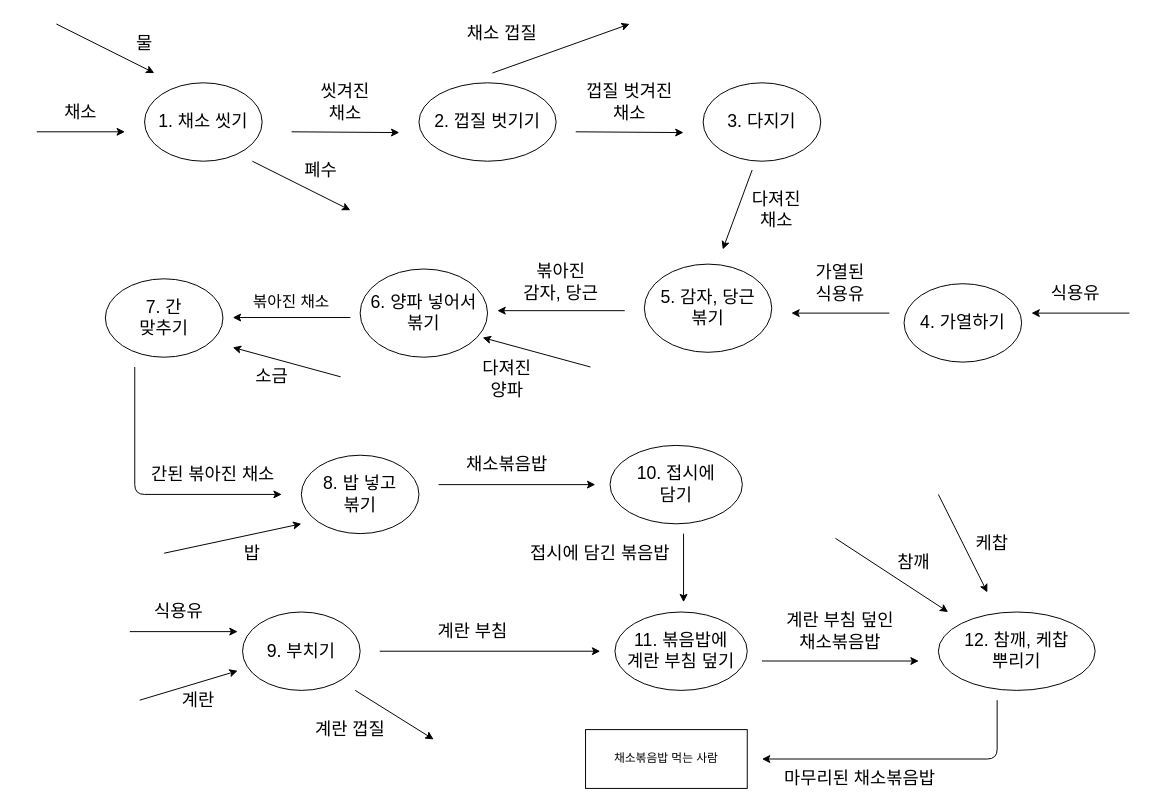
jgy2808/Algorithm keeps this draw.io diagram as Untitled Diagram.drawio. Above is the earlier version. Source tidied: cells renumbered, new cells numbered last; positions are measured from the earlier drawing's top-left corner, leaving out a move shared by most shapes. Both pictures are drawn from the tidied source at 98%, with x=0, y=0 at pixel (17, 24).
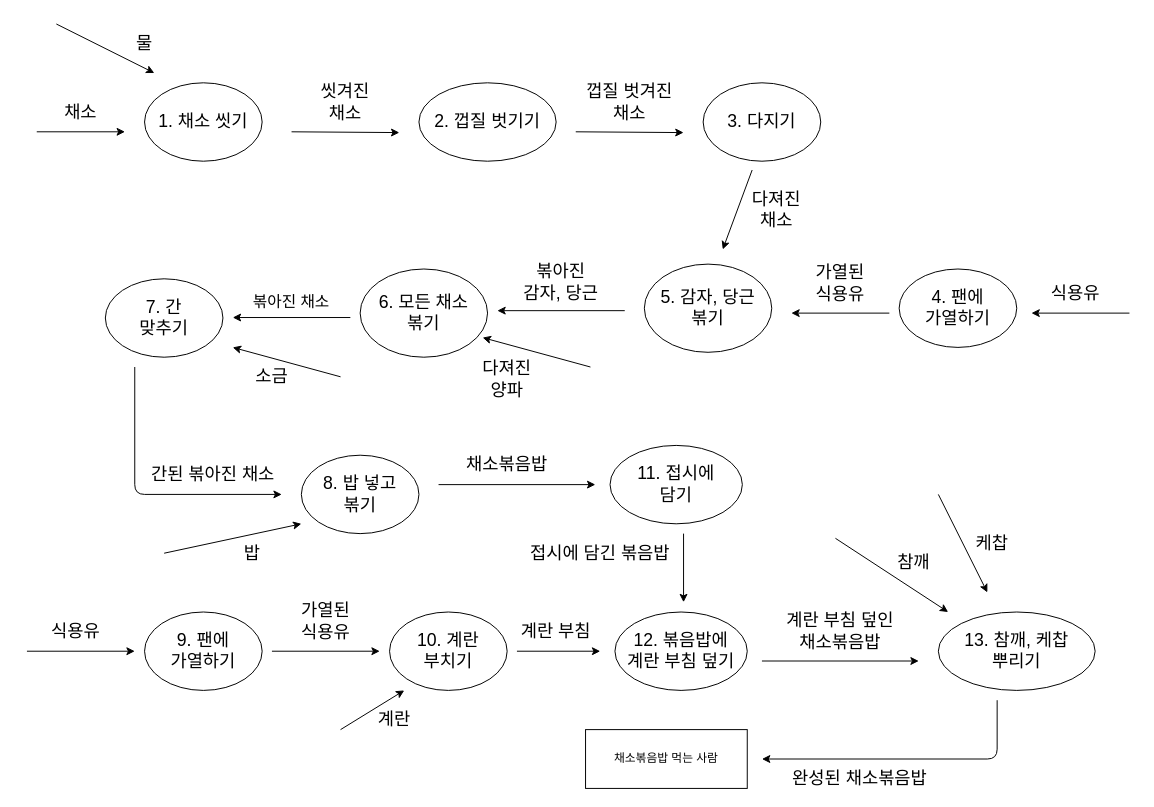
The same diagram, later.

Change to the diagram source:
```diff
@@
-    <mxCell id="14" value="&lt;font style=&quot;font-size: 18px&quot;&gt;4. 가열하기&lt;br&gt;&lt;/font&gt;" style="ellipse;whiteSpace=wrap;html=1;" parent="1" vertex="1">
-      <mxGeometry x="905" y="265" width="120" height="80" as="geometry" />
+    <mxCell id="14" value="&lt;font style=&quot;font-size: 18px&quot;&gt;4. 팬에&lt;br&gt;가열하기&lt;br&gt;&lt;/font&gt;" style="ellipse;whiteSpace=wrap;html=1;" parent="1" vertex="1">
+      <mxGeometry x="900" y="250" width="120" height="80" as="geometry" />
     </mxCell>
@@
-    <mxCell id="16" style="endArrow=classic;html=1;" parent="1" edge="1">
-      <mxGeometry relative="1" as="geometry">
-        <mxPoint x="485" y="50" as="sourcePoint" />
-        <mxPoint x="625" as="targetPoint" />
-      </mxGeometry>
-    </mxCell>
-    <mxCell id="17" value="&lt;font style=&quot;font-size: 18px&quot;&gt;채소 껍질&lt;br&gt;&lt;/font&gt;" style="text;html=1;strokeColor=none;fillColor=none;align=center;verticalAlign=middle;whiteSpace=wrap;rounded=0;" parent="1" vertex="1">
-      <mxGeometry x="400" width="190" height="20" as="geometry" />
-    </mxCell>
@@
-    <mxCell id="28" value="&lt;font style=&quot;font-size: 18px&quot;&gt;6. 양파 넣어서&lt;br&gt;볶기&lt;br&gt;&lt;/font&gt;" style="ellipse;whiteSpace=wrap;html=1;" parent="1" vertex="1">
+    <mxCell id="28" value="&lt;font style=&quot;font-size: 18px&quot;&gt;6. 모든 채소&lt;br&gt;볶기&lt;br&gt;&lt;/font&gt;" style="ellipse;whiteSpace=wrap;html=1;" parent="1" vertex="1">
       <mxGeometry x="350" y="250" width="130" height="90" as="geometry" />
     </mxCell>
@@
-    <mxCell id="40" value="&lt;font style=&quot;font-size: 18px&quot;&gt;9. 부치기&lt;br&gt;&lt;/font&gt;" style="ellipse;whiteSpace=wrap;html=1;" parent="1" vertex="1">
-      <mxGeometry x="230" y="600" width="120" height="80" as="geometry" />
+    <mxCell id="40" value="&lt;font style=&quot;font-size: 18px&quot;&gt;10. 계란&lt;br&gt;부치기&lt;br&gt;&lt;/font&gt;" style="ellipse;whiteSpace=wrap;html=1;" parent="1" vertex="1">
+      <mxGeometry x="380" y="600" width="120" height="80" as="geometry" />
     </mxCell>
     <mxCell id="41" style="endArrow=classic;html=1;" parent="1" edge="1">
       <mxGeometry relative="1" as="geometry">
-        <mxPoint x="115" y="620" as="sourcePoint" />
-        <mxPoint x="225" y="620" as="targetPoint" />
+        <mxPoint x="260" y="640" as="sourcePoint" />
+        <mxPoint x="370" y="640" as="targetPoint" />
       </mxGeometry>
     </mxCell>
-    <mxCell id="42" value="&lt;font style=&quot;font-size: 18px&quot;&gt;식용유&lt;br&gt;&lt;/font&gt;" style="text;html=1;strokeColor=none;fillColor=none;align=center;verticalAlign=middle;whiteSpace=wrap;rounded=0;" parent="1" vertex="1">
-      <mxGeometry x="120" y="590" width="90" height="20" as="geometry" />
+    <mxCell id="42" value="&lt;font style=&quot;font-size: 18px&quot;&gt;가열된&lt;br&gt;식용유&lt;br&gt;&lt;/font&gt;" style="text;html=1;strokeColor=none;fillColor=none;align=center;verticalAlign=middle;whiteSpace=wrap;rounded=0;" parent="1" vertex="1">
+      <mxGeometry x="270" y="600" width="90" height="20" as="geometry" />
     </mxCell>
     <mxCell id="43" style="endArrow=classic;html=1;" parent="1" edge="1">
       <mxGeometry relative="1" as="geometry">
-        <mxPoint x="125" y="690" as="sourcePoint" />
-        <mxPoint x="225" y="660" as="targetPoint" />
+        <mxPoint x="330" y="720" as="sourcePoint" />
+        <mxPoint x="395" y="680" as="targetPoint" />
       </mxGeometry>
     </mxCell>
     <mxCell id="44" value="&lt;font style=&quot;font-size: 18px&quot;&gt;계란&lt;br&gt;&lt;/font&gt;" style="text;html=1;strokeColor=none;fillColor=none;align=center;verticalAlign=middle;whiteSpace=wrap;rounded=0;" parent="1" vertex="1">
-      <mxGeometry x="120" y="670" width="130" height="40" as="geometry" />
+      <mxGeometry x="360" y="700" width="50" height="20" as="geometry" />
     </mxCell>
-    <mxCell id="45" style="endArrow=classic;html=1;" parent="1" edge="1">
-      <mxGeometry relative="1" as="geometry">
-        <mxPoint x="345" y="680" as="sourcePoint" />
-        <mxPoint x="425" y="730" as="targetPoint" />
-      </mxGeometry>
-    </mxCell>
-    <mxCell id="46" value="&lt;font style=&quot;font-size: 18px&quot;&gt;계란 껍질&lt;br&gt;&lt;/font&gt;" style="text;html=1;strokeColor=none;fillColor=none;align=center;verticalAlign=middle;whiteSpace=wrap;rounded=0;" parent="1" vertex="1">
-      <mxGeometry x="275" y="700" width="130" height="40" as="geometry" />
-    </mxCell>
-    <mxCell id="47" value="&lt;span style=&quot;font-size: 18px&quot;&gt;10. 접시에 &lt;br&gt;담기&lt;/span&gt;" style="ellipse;whiteSpace=wrap;html=1;" parent="1" vertex="1">
+    <mxCell id="47" value="&lt;span style=&quot;font-size: 18px&quot;&gt;11. 접시에 &lt;br&gt;담기&lt;/span&gt;" style="ellipse;whiteSpace=wrap;html=1;" parent="1" vertex="1">
       <mxGeometry x="605" y="430" width="135" height="80" as="geometry" />
     </mxCell>
     <mxCell id="48" style="endArrow=classic;html=1;" parent="1" edge="1">
       <mxGeometry relative="1" as="geometry">
-        <mxPoint x="370" y="640" as="sourcePoint" />
+        <mxPoint x="510" y="640" as="sourcePoint" />
         <mxPoint x="595" y="640" as="targetPoint" />
       </mxGeometry>
     </mxCell>
     <mxCell id="49" value="&lt;span style=&quot;font-size: 18px&quot;&gt;계란 부침&lt;br&gt;&lt;/span&gt;" style="text;html=1;strokeColor=none;fillColor=none;align=center;verticalAlign=middle;whiteSpace=wrap;rounded=0;" parent="1" vertex="1">
-      <mxGeometry x="400" y="610" width="130" height="20" as="geometry" />
+      <mxGeometry x="505" y="610" width="90" height="20" as="geometry" />
     </mxCell>
@@
-    <mxCell id="55" value="&lt;font style=&quot;font-size: 18px&quot;&gt;마무리된 채소볶음밥&lt;br&gt;&lt;/font&gt;" style="text;html=1;strokeColor=none;fillColor=none;align=center;verticalAlign=middle;whiteSpace=wrap;rounded=0;" parent="1" vertex="1">
+    <mxCell id="55" value="&lt;font style=&quot;font-size: 18px&quot;&gt;완성된 채소볶음밥&lt;br&gt;&lt;/font&gt;" style="text;html=1;strokeColor=none;fillColor=none;align=center;verticalAlign=middle;whiteSpace=wrap;rounded=0;" parent="1" vertex="1">
       <mxGeometry x="710" y="760" width="300" height="20" as="geometry" />
     </mxCell>
@@
-    <mxCell id="59" value="&lt;span style=&quot;font-size: 18px&quot;&gt;11. 볶음밥에 &lt;br&gt;계란 부침 덮기&lt;br&gt;&lt;/span&gt;" style="ellipse;whiteSpace=wrap;html=1;" parent="1" vertex="1">
+    <mxCell id="59" value="&lt;span style=&quot;font-size: 18px&quot;&gt;12. 볶음밥에 &lt;br&gt;계란 부침 덮기&lt;br&gt;&lt;/span&gt;" style="ellipse;whiteSpace=wrap;html=1;" parent="1" vertex="1">
       <mxGeometry x="610" y="600" width="135" height="80" as="geometry" />
     </mxCell>
@@
-    <mxCell id="62" value="&lt;font style=&quot;font-size: 18px&quot;&gt;12. 참깨, 케찹&lt;br&gt;뿌리기&lt;br&gt;&lt;/font&gt;" style="ellipse;whiteSpace=wrap;html=1;" parent="1" vertex="1">
+    <mxCell id="62" value="&lt;font style=&quot;font-size: 18px&quot;&gt;13. 참깨, 케찹&lt;br&gt;뿌리기&lt;br&gt;&lt;/font&gt;" style="ellipse;whiteSpace=wrap;html=1;" parent="1" vertex="1">
       <mxGeometry x="940" y="600" width="160" height="80" as="geometry" />
     </mxCell>
-    <mxCell id="63" style="endArrow=classic;html=1;" parent="1" edge="1">
-      <mxGeometry relative="1" as="geometry">
-        <mxPoint x="240" y="140" as="sourcePoint" />
-        <mxPoint x="340" y="190" as="targetPoint" />
-      </mxGeometry>
-    </mxCell>
-    <mxCell id="64" value="&lt;font style=&quot;font-size: 18px&quot;&gt;폐수&lt;br&gt;&lt;/font&gt;" style="text;html=1;strokeColor=none;fillColor=none;align=center;verticalAlign=middle;whiteSpace=wrap;rounded=0;" parent="1" vertex="1">
-      <mxGeometry x="290" y="140" width="40" height="20" as="geometry" />
-    </mxCell>
-    <mxCell id="65" style="edgeStyle=orthogonalEdgeStyle;rounded=0;orthogonalLoop=1;jettySize=auto;html=1;exitX=0.5;exitY=1;exitDx=0;exitDy=0;" parent="1" edge="1" source="17" target="17">
-      <mxGeometry relative="1" as="geometry" />
+    <mxCell id="65" style="edgeStyle=orthogonalEdgeStyle;rounded=0;orthogonalLoop=1;jettySize=auto;html=1;exitX=0.5;exitY=1;exitDx=0;exitDy=0;" parent="1" edge="1">
+      <mxGeometry relative="1" as="geometry">
+        <mxPoint x="495" y="20" as="sourcePoint" />
+        <mxPoint x="495" y="20" as="targetPoint" />
+      </mxGeometry>
     </mxCell>
+    <mxCell id="66" value="&lt;font style=&quot;font-size: 18px&quot;&gt;9. 팬에&lt;br&gt;가열하기&lt;br&gt;&lt;/font&gt;" style="ellipse;whiteSpace=wrap;html=1;" parent="1" vertex="1">
+      <mxGeometry x="130" y="600" width="120" height="80" as="geometry" />
+    </mxCell>
+    <mxCell id="67" style="endArrow=classic;html=1;" parent="1" edge="1">
+      <mxGeometry relative="1" as="geometry">
+        <mxPoint x="10" y="640" as="sourcePoint" />
+        <mxPoint x="120" y="640" as="targetPoint" />
+      </mxGeometry>
+    </mxCell>
+    <mxCell id="68" value="&lt;font style=&quot;font-size: 18px&quot;&gt;식용유&lt;br&gt;&lt;/font&gt;" style="text;html=1;strokeColor=none;fillColor=none;align=center;verticalAlign=middle;whiteSpace=wrap;rounded=0;" parent="1" vertex="1">
+      <mxGeometry x="15" y="610" width="90" height="20" as="geometry" />
+    </mxCell>
```
